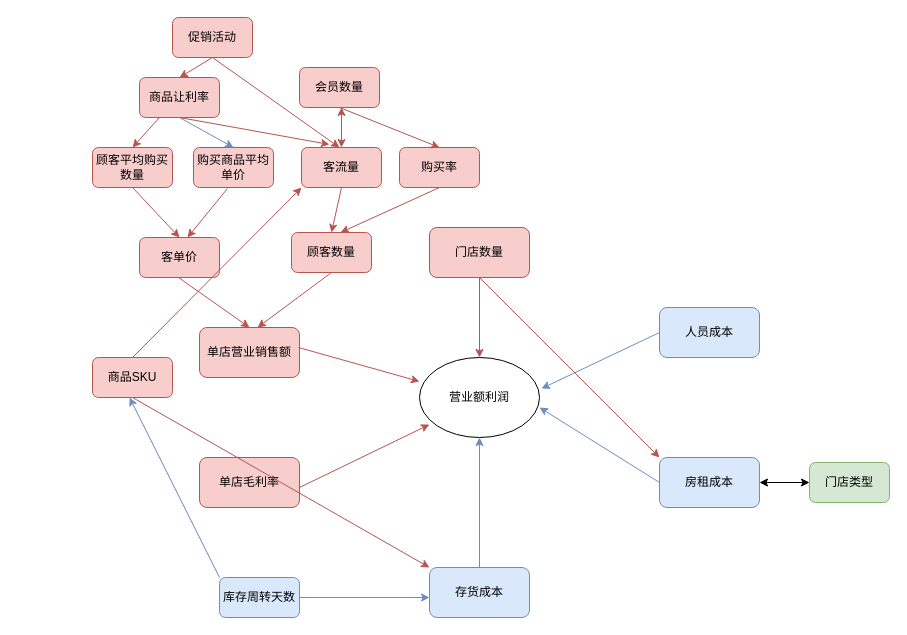
The draw.io diagram Untitled Diagram.drawio in Krascal/Plot, before the edit. Source tidied: cells renumbered, new cells numbered last; positions are measured from the earlier drawing's top-left corner, leaving out a move shared by most shapes. Both pictures are drawn from the tidied source at 100%, with x=0, y=0 at pixel (92, 17).
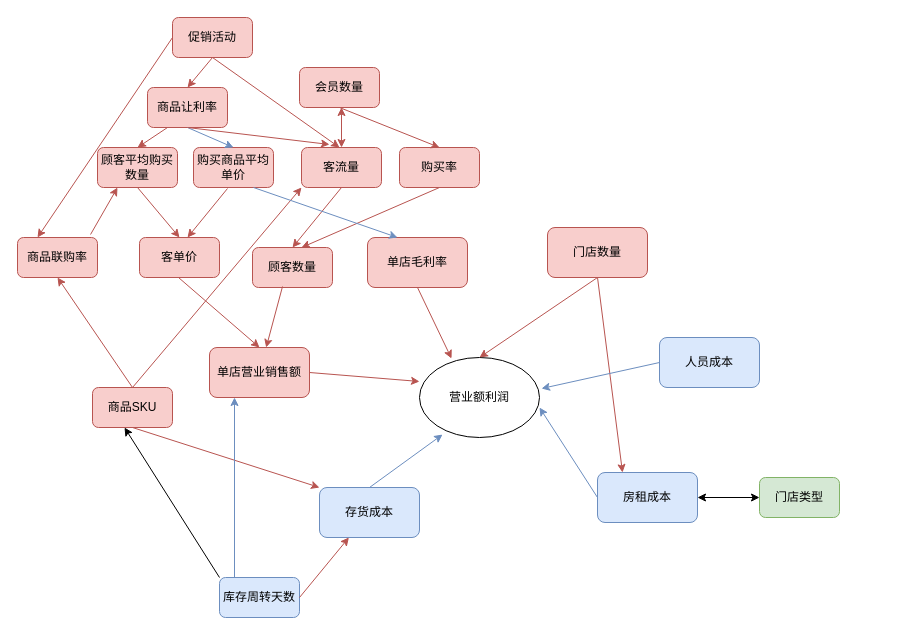
The same page after the edit.

The change refers to these unchanged cells:
```xml
<mxCell id="2" value="营业额利润" style="ellipse;whiteSpace=wrap;html=1;" parent="1" vertex="1">
  <mxGeometry x="327" y="340" width="120" height="80" as="geometry" />
</mxCell>
<mxCell id="21" value="购买商品平均单价" style="rounded=1;whiteSpace=wrap;html=1;fillColor=#f8cecc;strokeColor=#b85450;" parent="1" vertex="1">
  <mxGeometry x="101" y="130" width="80" height="40" as="geometry" />
</mxCell>
<mxCell id="33" value="促销活动" style="rounded=1;whiteSpace=wrap;html=1;fillColor=#f8cecc;strokeColor=#b85450;" parent="1" vertex="1">
  <mxGeometry x="80" width="80" height="40" as="geometry" />
</mxCell>
<mxCell id="42" value="库存周转天数" style="rounded=1;whiteSpace=wrap;html=1;fillColor=#dae8fc;strokeColor=#6c8ebf;" parent="1" vertex="1">
  <mxGeometry x="127" y="560" width="80" height="40" as="geometry" />
</mxCell>
```

Diff of the diagram source:
```diff
@@
     <mxCell id="3" value="门店数量" style="rounded=1;whiteSpace=wrap;html=1;fillColor=#f8cecc;strokeColor=#b85450;" parent="1" vertex="1">
-      <mxGeometry x="337" y="210" width="100" height="50" as="geometry" />
+      <mxGeometry x="455" y="210" width="100" height="50" as="geometry" />
     </mxCell>
     <mxCell id="4" value="单店营业销售额" style="rounded=1;whiteSpace=wrap;html=1;fillColor=#f8cecc;strokeColor=#b85450;" parent="1" vertex="1">
-      <mxGeometry x="107" y="310" width="100" height="50" as="geometry" />
+      <mxGeometry x="117" y="330" width="100" height="50" as="geometry" />
     </mxCell>
     <mxCell id="5" value="单店毛利率" style="rounded=1;whiteSpace=wrap;html=1;fillColor=#f8cecc;strokeColor=#b85450;" parent="1" vertex="1">
-      <mxGeometry x="107" y="440" width="100" height="50" as="geometry" />
+      <mxGeometry x="275" y="220" width="100" height="50" as="geometry" />
     </mxCell>
     <mxCell id="6" value="存货成本" style="rounded=1;whiteSpace=wrap;html=1;fillColor=#dae8fc;strokeColor=#6c8ebf;" parent="1" vertex="1">
-      <mxGeometry x="337" y="550" width="100" height="50" as="geometry" />
+      <mxGeometry x="227" y="470" width="100" height="50" as="geometry" />
     </mxCell>
     <mxCell id="7" value="房租成本" style="rounded=1;whiteSpace=wrap;html=1;fillColor=#dae8fc;strokeColor=#6c8ebf;" parent="1" vertex="1">
-      <mxGeometry x="567" y="440" width="100" height="50" as="geometry" />
+      <mxGeometry x="505" y="455" width="100" height="50" as="geometry" />
     </mxCell>
     <mxCell id="8" value="人员成本" style="rounded=1;whiteSpace=wrap;html=1;fillColor=#dae8fc;strokeColor=#6c8ebf;" parent="1" vertex="1">
-      <mxGeometry x="567" y="290" width="100" height="50" as="geometry" />
+      <mxGeometry x="567" y="320" width="100" height="50" as="geometry" />
     </mxCell>
@@
-    <mxCell id="10" style="endArrow=classic;html=1;fillColor=#f8cecc;strokeColor=#b85450;entryX=0;entryY=0.3;entryDx=0;entryDy=0;entryPerimeter=0;" parent="1" edge="1" target="2">
-      <mxGeometry relative="1" as="geometry">
-        <mxPoint x="206" y="330" as="sourcePoint" />
-      </mxGeometry>
+    <mxCell id="10" style="endArrow=classic;html=1;fillColor=#f8cecc;strokeColor=#b85450;entryX=0;entryY=0.3;entryDx=0;entryDy=0;entryPerimeter=0;exitX=1;exitY=0.5;exitDx=0;exitDy=0;" parent="1" edge="1" source="4" target="2">
+      <mxGeometry relative="1" as="geometry" />
     </mxCell>
-    <mxCell id="11" style="endArrow=classic;html=1;fillColor=#f8cecc;strokeColor=#b85450;entryX=0.083;entryY=0.838;entryDx=0;entryDy=0;entryPerimeter=0;" parent="1" edge="1" target="2">
-      <mxGeometry relative="1" as="geometry">
-        <mxPoint x="207" y="470" as="sourcePoint" />
-      </mxGeometry>
+    <mxCell id="11" style="endArrow=classic;html=1;fillColor=#f8cecc;strokeColor=#b85450;entryX=0.267;entryY=0.013;entryDx=0;entryDy=0;entryPerimeter=0;exitX=0.5;exitY=1;exitDx=0;exitDy=0;" parent="1" edge="1" source="5" target="2">
+      <mxGeometry relative="1" as="geometry" />
     </mxCell>
-    <mxCell id="12" style="endArrow=classic;html=1;fillColor=#dae8fc;strokeColor=#6c8ebf;entryX=0.083;entryY=0.838;entryDx=0;entryDy=0;entryPerimeter=0;exitX=0.5;exitY=0;exitDx=0;exitDy=0;" parent="1" edge="1" source="6">
-      <mxGeometry relative="1" as="geometry">
-        <mxPoint x="387" y="420" as="targetPoint" />
-      </mxGeometry>
+    <mxCell id="12" style="endArrow=classic;html=1;fillColor=#dae8fc;strokeColor=#6c8ebf;entryX=0.192;entryY=0.963;entryDx=0;entryDy=0;entryPerimeter=0;exitX=0.5;exitY=0;exitDx=0;exitDy=0;" parent="1" edge="1" source="6" target="2">
+      <mxGeometry relative="1" as="geometry" />
     </mxCell>
-    <mxCell id="13" style="endArrow=classic;html=1;exitX=0.5;exitY=1;exitDx=0;exitDy=0;fillColor=#f8cecc;strokeColor=#b85450;entryX=0;entryY=0;entryDx=0;entryDy=0;" parent="1" edge="1" source="3" target="7">
+    <mxCell id="13" style="endArrow=classic;html=1;exitX=0.5;exitY=1;exitDx=0;exitDy=0;fillColor=#f8cecc;strokeColor=#b85450;entryX=0.25;entryY=0;entryDx=0;entryDy=0;" parent="1" edge="1" source="3" target="7">
       <mxGeometry relative="1" as="geometry" />
     </mxCell>
@@
     <mxCell id="17" value="顾客数量" style="rounded=1;whiteSpace=wrap;html=1;fillColor=#f8cecc;strokeColor=#b85450;" parent="1" vertex="1">
-      <mxGeometry x="199" y="215" width="80" height="40" as="geometry" />
+      <mxGeometry x="160" y="230" width="80" height="40" as="geometry" />
     </mxCell>
@@
-    <mxCell id="19" style="endArrow=classic;html=1;fillColor=#f8cecc;strokeColor=#b85450;exitX=0.5;exitY=1;exitDx=0;exitDy=0;" parent="1" edge="1" source="17">
-      <mxGeometry relative="1" as="geometry">
-        <mxPoint x="165" y="310" as="targetPoint" />
-      </mxGeometry>
+    <mxCell id="19" style="endArrow=classic;html=1;fillColor=#f8cecc;strokeColor=#b85450;exitX=0.375;exitY=0.975;exitDx=0;exitDy=0;exitPerimeter=0;" parent="1" edge="1" source="17" target="4">
+      <mxGeometry relative="1" as="geometry" />
     </mxCell>
     <mxCell id="20" value="顾客平均购买数量" style="rounded=1;whiteSpace=wrap;html=1;fillColor=#f8cecc;strokeColor=#b85450;" parent="1" vertex="1">
-      <mxGeometry y="130" width="80" height="40" as="geometry" />
+      <mxGeometry x="5" y="130" width="80" height="40" as="geometry" />
     </mxCell>
@@
     <mxCell id="28" value="门店类型" style="rounded=1;whiteSpace=wrap;html=1;fillColor=#d5e8d4;strokeColor=#82b366;" parent="1" vertex="1">
-      <mxGeometry x="717" y="445" width="80" height="40" as="geometry" />
+      <mxGeometry x="667" y="460" width="80" height="40" as="geometry" />
     </mxCell>
@@
     <mxCell id="36" value="商品让利率" style="rounded=1;whiteSpace=wrap;html=1;fillColor=#f8cecc;strokeColor=#b85450;" parent="1" vertex="1">
-      <mxGeometry x="47" y="60" width="80" height="40" as="geometry" />
+      <mxGeometry x="55" y="70" width="80" height="40" as="geometry" />
     </mxCell>
@@
     <mxCell id="38" value="商品SKU" style="rounded=1;whiteSpace=wrap;html=1;fillColor=#f8cecc;strokeColor=#b85450;" parent="1" vertex="1">
-      <mxGeometry y="340" width="80" height="40" as="geometry" />
+      <mxGeometry y="370" width="80" height="40" as="geometry" />
     </mxCell>
@@
-    <mxCell id="43" style="endArrow=classic;html=1;fillColor=#dae8fc;strokeColor=#6c8ebf;exitX=1;exitY=0.5;exitDx=0;exitDy=0;" parent="1" edge="1" source="42">
-      <mxGeometry relative="1" as="geometry">
-        <mxPoint x="337" y="580" as="targetPoint" />
-      </mxGeometry>
+    <mxCell id="43" style="endArrow=classic;html=1;fillColor=#f8cecc;strokeColor=#b85450;exitX=1;exitY=0.5;exitDx=0;exitDy=0;" parent="1" edge="1" source="42" target="6">
+      <mxGeometry relative="1" as="geometry" />
     </mxCell>
-    <mxCell id="44" style="endArrow=classic;html=1;fillColor=#dae8fc;strokeColor=#6c8ebf;exitX=0;exitY=0;exitDx=0;exitDy=0;" parent="1" edge="1" source="42">
-      <mxGeometry relative="1" as="geometry">
-        <mxPoint x="37" y="380" as="targetPoint" />
-      </mxGeometry>
+    <mxCell id="44" style="endArrow=classic;html=1;exitX=0;exitY=0;exitDx=0;exitDy=0;entryX=0.4;entryY=1;entryDx=0;entryDy=0;entryPerimeter=0;" parent="1" edge="1" source="42" target="38">
+      <mxGeometry relative="1" as="geometry" />
     </mxCell>
@@
+    <mxCell id="46" style="endArrow=classic;html=1;fillColor=#dae8fc;strokeColor=#6c8ebf;entryX=0.25;entryY=1;entryDx=0;entryDy=0;" parent="1" edge="1" target="4">
+      <mxGeometry relative="1" as="geometry">
+        <mxPoint x="142" y="560" as="sourcePoint" />
+      </mxGeometry>
+    </mxCell>
+    <mxCell id="47" style="endArrow=classic;html=1;fillColor=#dae8fc;strokeColor=#6c8ebf;entryX=0.3;entryY=0;entryDx=0;entryDy=0;exitX=0.75;exitY=1;exitDx=0;exitDy=0;entryPerimeter=0;" parent="1" edge="1" source="21" target="5">
+      <mxGeometry relative="1" as="geometry" />
+    </mxCell>
+    <mxCell id="48" value="商品联购率" style="rounded=1;whiteSpace=wrap;html=1;fillColor=#f8cecc;strokeColor=#b85450;" parent="1" vertex="1">
+      <mxGeometry x="-75" y="220" width="80" height="40" as="geometry" />
+    </mxCell>
+    <mxCell id="49" style="endArrow=classic;html=1;fillColor=#f8cecc;strokeColor=#b85450;entryX=0.5;entryY=1;entryDx=0;entryDy=0;exitX=0.5;exitY=0;exitDx=0;exitDy=0;" parent="1" edge="1" source="38" target="48">
+      <mxGeometry relative="1" as="geometry" />
+    </mxCell>
+    <mxCell id="50" style="endArrow=classic;html=1;fillColor=#f8cecc;strokeColor=#b85450;entryX=0.25;entryY=1;entryDx=0;entryDy=0;exitX=0.913;exitY=-0.075;exitDx=0;exitDy=0;exitPerimeter=0;" parent="1" edge="1" source="48" target="20">
+      <mxGeometry relative="1" as="geometry" />
+    </mxCell>
+    <mxCell id="51" style="endArrow=classic;html=1;fillColor=#f8cecc;strokeColor=#b85450;exitX=0;exitY=0.5;exitDx=0;exitDy=0;entryX=0.25;entryY=0;entryDx=0;entryDy=0;entryPerimeter=0;" parent="1" edge="1" source="33" target="48">
+      <mxGeometry relative="1" as="geometry" />
+    </mxCell>
```
